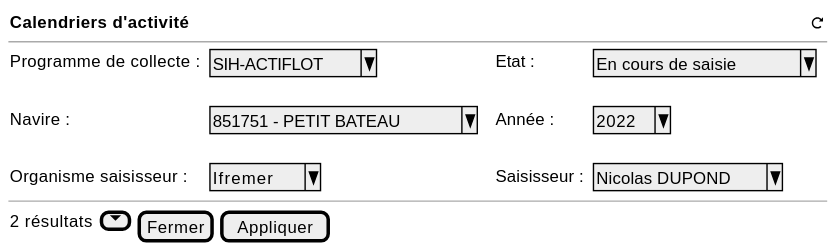
sumaris-net/sumaris-doc keeps this PlantUML diagram as projects/activity-calendar/spe/images/activity-calendar-table-filters.svg. Above is the earlier version. Its source is kept beside it as projects/activity-calendar/spe/images/activity-calendar-table-filters.puml.
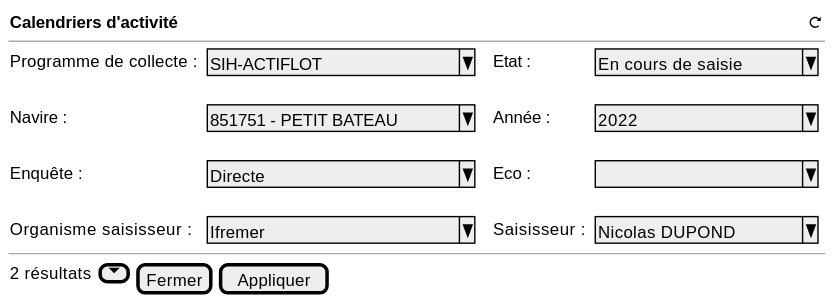
Later version of the same file.

Change to the diagram source:
```diff
@@ -1,15 +1,17 @@
 @startsalt
 {
 
-  {<b>Calendriers d'activité                                                                                                                                                    <&reload>}
+  {<b>Calendriers d'activité                                                                                                                                                      <&reload>}
    --
 
     {
-        Programme de collecte : | . | ^ SIH-ACTIFLOT^ | . | . | Etat :   | . | ^En cours de saisie^
+        Programme de collecte : | . | ^ SIH-ACTIFLOT         ^ | . | . | Etat :   | . | ^En cours de saisie^
         .
-        Navire : | . | ^ 851751 - PETIT BATEAU^ | . | . | Année : | . | ^ 2022^
+        Navire : | . | ^ 851751 - PETIT BATEAU^ | . | . | Année : | . | ^ 2022             ^
         .
-        Organisme saisisseur :   | . |^ Ifremer^ |  . | . | Saisisseur :   | . | ^ Nicolas DUPOND^
+        Enquête :   | . |^ Directe              ^ |  . | . | Eco :   | . | ^                  ^
+        .
+        Organisme saisisseur :   | . |^ Ifremer              ^ |  . | . | Saisisseur :   | . | ^ Nicolas DUPOND   ^
 
     }
 
```
